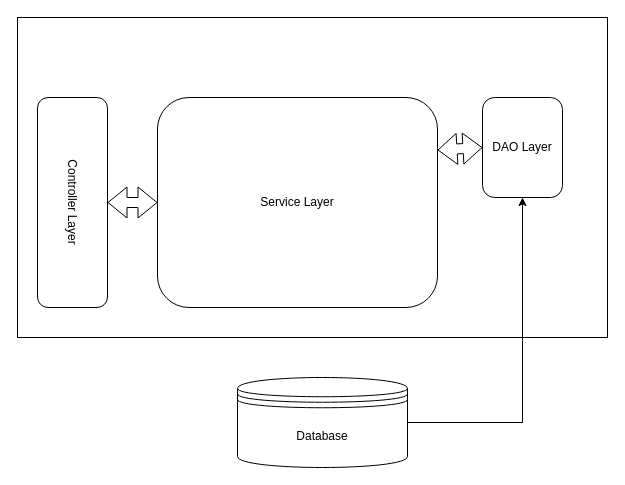
This is SpringBootMicroserviceInternalWorking.drawio from shrikrishna-ghorpade/Microservices-Architecture, a draw.io file, before an edit. Source tidied: cells renumbered, new cells numbered last; positions are measured from the earlier drawing's top-left corner, leaving out a move shared by most shapes. Both pictures are drawn from the tidied source at 100%, with x=0, y=0 at pixel (-33, 17).
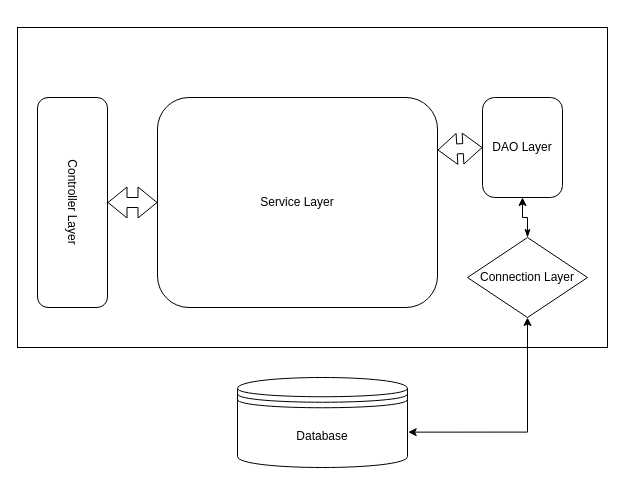
Above is the later version.

Change to the diagram source:
```diff
@@
 <mxGraphModel>
   <root>
     <mxCell id="0" />
     <mxCell id="1" parent="0" />
     <mxCell id="2" style="rounded=0;whiteSpace=wrap;html=1;" parent="1" vertex="1">
-      <mxGeometry x="50" width="590" height="320" as="geometry" />
+      <mxGeometry x="50" y="10" width="590" height="320" as="geometry" />
     </mxCell>
     <mxCell id="3" value="Controller Layer" style="rounded=1;whiteSpace=wrap;html=1;rotation=90;" parent="1" vertex="1">
       <mxGeometry y="150" width="210" height="70" as="geometry" />
     </mxCell>
     <mxCell id="4" value="Service Layer" style="rounded=1;whiteSpace=wrap;html=1;" parent="1" vertex="1">
       <mxGeometry x="190" y="80" width="280" height="210" as="geometry" />
     </mxCell>
     <mxCell id="5" value="DAO Layer" style="rounded=1;whiteSpace=wrap;html=1;" parent="1" vertex="1">
       <mxGeometry x="515" y="80" width="80" height="100" as="geometry" />
     </mxCell>
     <mxCell id="6" style="shape=flexArrow;endArrow=classic;startArrow=classic;html=1;rounded=0;entryX=0;entryY=0.5;entryDx=0;entryDy=0;" parent="1" edge="1" source="3" target="4">
       <mxGeometry relative="1" as="geometry" />
     </mxCell>
     <mxCell id="7" style="shape=flexArrow;endArrow=classic;startArrow=classic;html=1;rounded=0;entryX=0;entryY=0.5;entryDx=0;entryDy=0;exitX=1;exitY=0.25;exitDx=0;exitDy=0;" parent="1" edge="1" source="4" target="5">
       <mxGeometry relative="1" as="geometry" />
     </mxCell>
-    <mxCell id="8" style="edgeStyle=orthogonalEdgeStyle;rounded=0;jettySize=auto;html=1;" parent="1" edge="1" source="9" target="5">
-      <mxGeometry relative="1" as="geometry" />
-    </mxCell>
     <mxCell id="9" value="Database" style="shape=datastore;whiteSpace=wrap;html=1;" parent="1" vertex="1">
       <mxGeometry x="270" y="360" width="170" height="90" as="geometry" />
     </mxCell>
+    <mxCell id="10" style="edgeStyle=orthogonalEdgeStyle;rounded=0;jettySize=auto;html=1;startArrow=classicThin;startFill=1;" parent="1" edge="1" source="12" target="5">
+      <mxGeometry relative="1" as="geometry" />
+    </mxCell>
+    <mxCell id="11" style="edgeStyle=orthogonalEdgeStyle;rounded=0;jettySize=auto;html=1;entryX=1.004;entryY=0.607;entryDx=0;entryDy=0;entryPerimeter=0;startArrow=classic;startFill=1;" parent="1" edge="1" source="12" target="9">
+      <mxGeometry relative="1" as="geometry">
+        <Array as="points">
+          <mxPoint x="560" y="415" />
+        </Array>
+      </mxGeometry>
+    </mxCell>
+    <mxCell id="12" value="Connection Layer" style="rhombus;whiteSpace=wrap;html=1;" parent="1" vertex="1">
+      <mxGeometry x="500" y="220" width="120" height="80" as="geometry" />
+    </mxCell>
   </root>
 </mxGraphModel>
```
